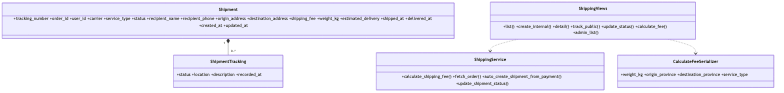
This is docs/images/07-class-shipping.png from Nanyak/final_kttkpm, a Mermaid export, as it was before one commit. Its source is kept beside it as docs/images/07-class-shipping.mmd. Its diagram source:
```mermaid
classDiagram
  class Shipment { +tracking_number +order_id +user_id +carrier +service_type +status +recipient_name +recipient_phone +origin_address +destination_address +shipping_fee +weight_kg +estimated_delivery +shipped_at +delivered_at +created_at +updated_at }
  class ShipmentTracking { +status +location +description +recorded_at }
  class ShippingViews { +list() +create_internal() +detail() +track_public() +update_status() +calculate_fee() +admin_list() }
  class ShippingService { +calculate_shipping_fee() +fetch_order() +auto_create_shipment_from_payment() +update_shipment_status() }
  class CalculateFeeSerializer { +weight_kg +origin_province +destination_province +service_type }
  Shipment "1" *-- "0..*" ShipmentTracking
  ShippingViews ..> ShippingService
  ShippingViews ..> CalculateFeeSerializer
```
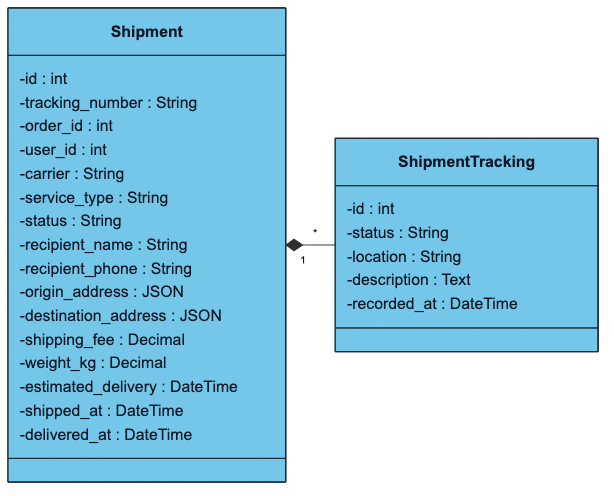
The same file after the commit.

What changed in the source:
```diff
@@ -1,9 +1,29 @@
+%%{init: {"theme": "base", "themeVariables": {"primaryColor": "#74c7e8", "primaryBorderColor": "#1f2937", "primaryTextColor": "#111827", "lineColor": "#2f2f2f", "fontFamily": "Arial"}}}%%
 classDiagram
-  class Shipment { +tracking_number +order_id +user_id +carrier +service_type +status +recipient_name +recipient_phone +origin_address +destination_address +shipping_fee +weight_kg +estimated_delivery +shipped_at +delivered_at +created_at +updated_at }
-  class ShipmentTracking { +status +location +description +recorded_at }
-  class ShippingViews { +list() +create_internal() +detail() +track_public() +update_status() +calculate_fee() +admin_list() }
-  class ShippingService { +calculate_shipping_fee() +fetch_order() +auto_create_shipment_from_payment() +update_shipment_status() }
-  class CalculateFeeSerializer { +weight_kg +origin_province +destination_province +service_type }
-  Shipment "1" *-- "0..*" ShipmentTracking
-  ShippingViews ..> ShippingService
-  ShippingViews ..> CalculateFeeSerializer
+  direction LR
+  class Shipment {
+    -id : int
+    -tracking_number : String
+    -order_id : int
+    -user_id : int
+    -carrier : String
+    -service_type : String
+    -status : String
+    -recipient_name : String
+    -recipient_phone : String
+    -origin_address : JSON
+    -destination_address : JSON
+    -shipping_fee : Decimal
+    -weight_kg : Decimal
+    -estimated_delivery : DateTime
+    -shipped_at : DateTime
+    -delivered_at : DateTime
+  }
+  class ShipmentTracking {
+    -id : int
+    -status : String
+    -location : String
+    -description : Text
+    -recorded_at : DateTime
+  }
+  Shipment "1" *-- "*" ShipmentTracking
```
